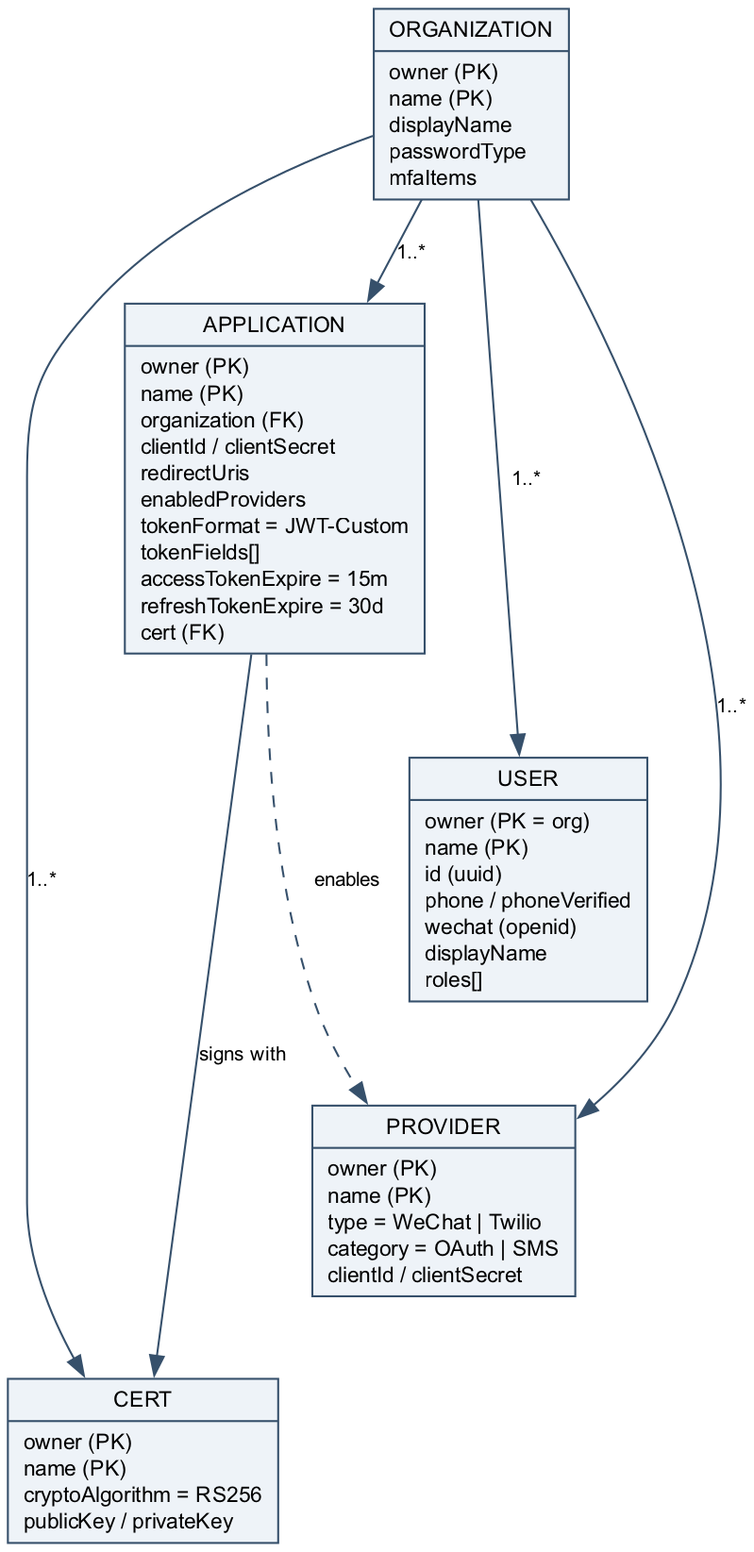
Before: docs/technical/assets/06a_erd_identity.png, a diagram exported from Graphviz (Nelson2SR/auth-server). Its source is kept beside it as docs/technical/assets/06a_erd_identity.dot.
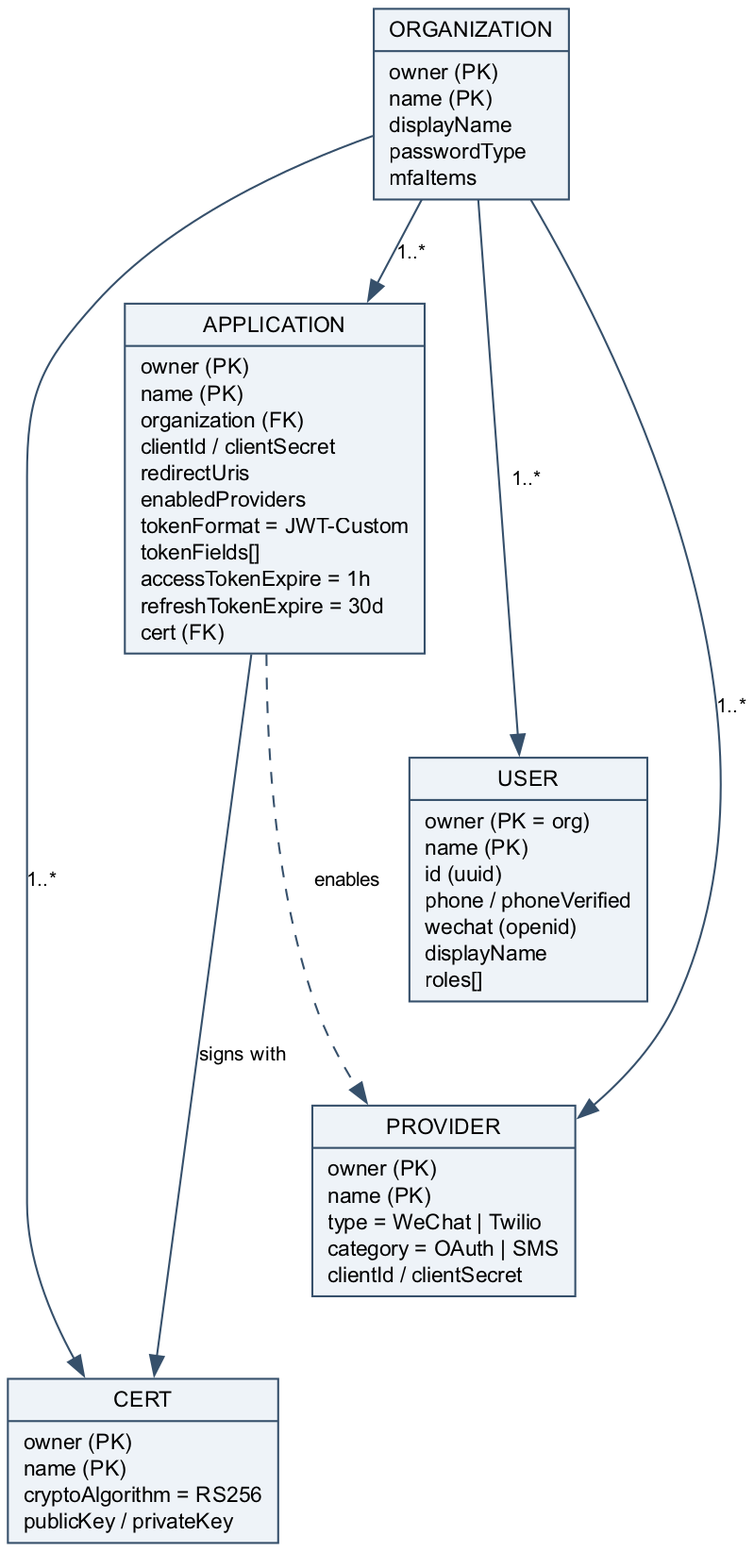
After the change.

What changed in the source:
```diff
@@ -6,7 +6,7 @@
   edge [fontname="Arial", fontsize=10, color="#36506b"];
 
   organization [label="{ORGANIZATION|owner (PK)\lname (PK)\ldisplayName\lpasswordType\lmfaItems\l}"];
-  application  [label="{APPLICATION|owner (PK)\lname (PK)\lorganization (FK)\lclientId / clientSecret\lredirectUris\lenabledProviders\ltokenFormat = JWT-Custom\ltokenFields[]\laccessTokenExpire = 15m\lrefreshTokenExpire = 30d\lcert (FK)\l}"];
+  application  [label="{APPLICATION|owner (PK)\lname (PK)\lorganization (FK)\lclientId / clientSecret\lredirectUris\lenabledProviders\ltokenFormat = JWT-Custom\ltokenFields[]\laccessTokenExpire = 1h\lrefreshTokenExpire = 30d\lcert (FK)\l}"];
   user         [label="{USER|owner (PK = org)\lname (PK)\lid (uuid)\lphone / phoneVerified\lwechat (openid)\ldisplayName\lroles[]\l}"];
   provider     [label="{PROVIDER|owner (PK)\lname (PK)\ltype = WeChat \| Twilio\lcategory = OAuth \| SMS\lclientId / clientSecret\l}"];
   cert         [label="{CERT|owner (PK)\lname (PK)\lcryptoAlgorithm = RS256\lpublicKey / privateKey\l}"];
```
